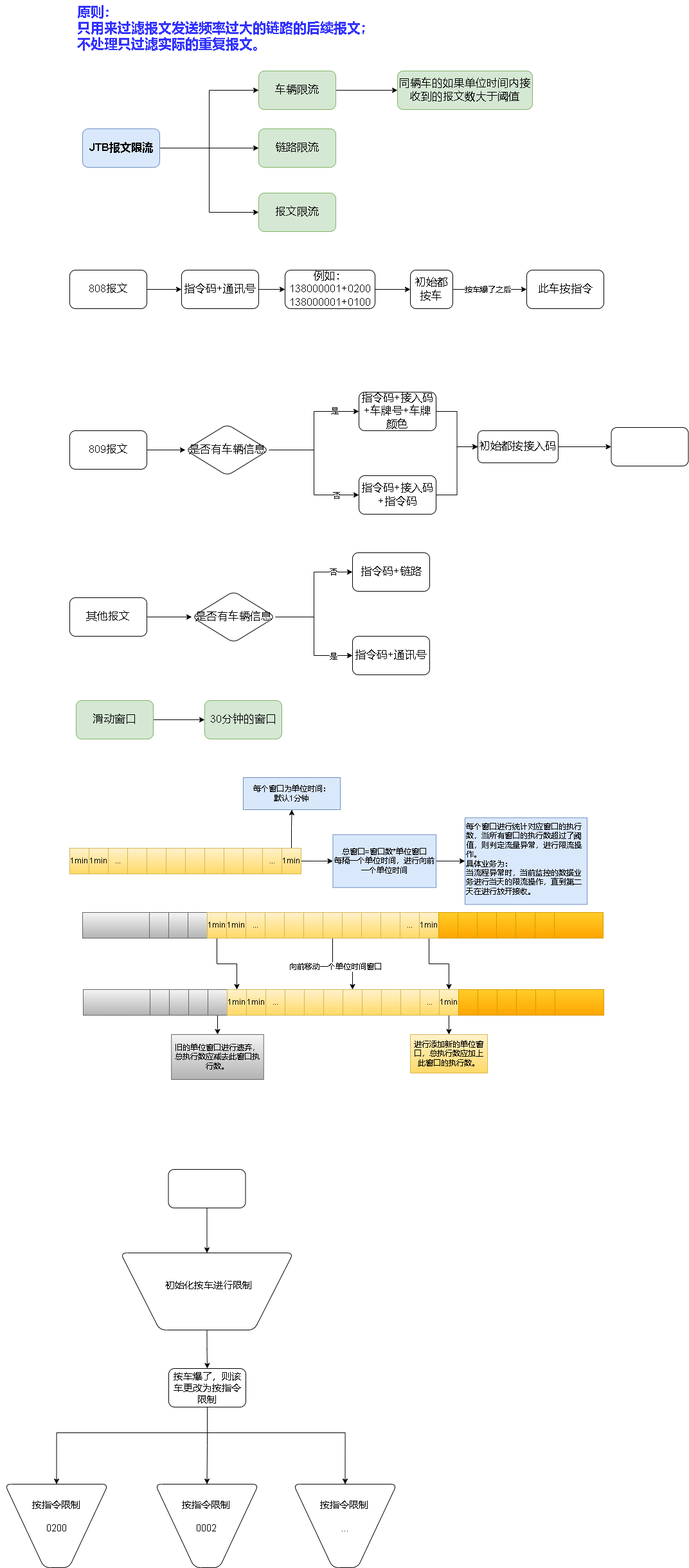
xktder/draw keeps this draw.io diagram as jtb报文限流.drawio.png. Above is the earlier version. Source tidied: cells renumbered, new cells last; positions are measured from the earlier drawing's top-left corner, leaving out a move shared by most shapes.
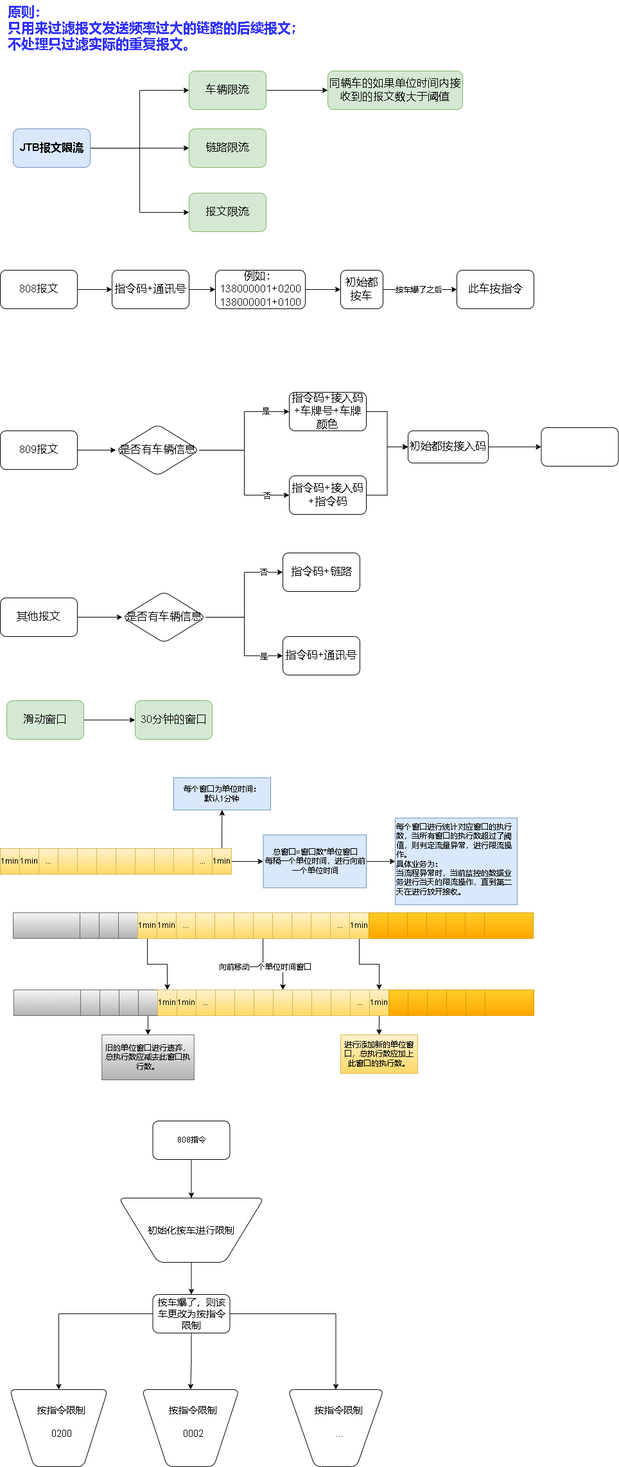
After the change.

Commit message:
更新jtb报文限流.drawio.png

Change to the diagram source:
```diff
@@ -392,57 +392,56 @@
     <mxCell id="122" style="edgeStyle=orthogonalEdgeStyle;rounded=0;jettySize=auto;html=1;entryX=0.5;entryY=1;entryDx=0;entryDy=0;fontSize=15;fontColor=#000000;" parent="1" edge="1" source="123" target="125">
       <mxGeometry relative="1" as="geometry" />
     </mxCell>
-    <mxCell id="123" style="rounded=1;whiteSpace=wrap;html=1;fontSize=12;fontColor=#000000;" parent="1" vertex="1">
-      <mxGeometry x="261.5" y="1820" width="120" height="60" as="geometry" />
+    <mxCell id="123" value="808指令" style="rounded=1;whiteSpace=wrap;html=1;fontSize=12;fontColor=#000000;" parent="1" vertex="1">
+      <mxGeometry x="345.5" y="1744" width="120" height="60" as="geometry" />
     </mxCell>
     <mxCell id="124" style="edgeStyle=orthogonalEdgeStyle;rounded=0;jettySize=auto;html=1;entryX=0.5;entryY=0;entryDx=0;entryDy=0;fontSize=15;fontColor=#000000;" parent="1" edge="1" source="125" target="131">
       <mxGeometry relative="1" as="geometry" />
     </mxCell>
     <mxCell id="125" style="shape=trapezoid;perimeter=trapezoidPerimeter;whiteSpace=wrap;html=1;fixedSize=1;fontColor=#000000;rounded=1;rotation=-180;size=61;" parent="1" vertex="1">
-      <mxGeometry x="187" y="1950" width="269" height="120" as="geometry" />
+      <mxGeometry x="292.5" y="1864" width="226" height="100" as="geometry" />
     </mxCell>
     <mxCell id="126" value="&lt;font style=&quot;font-size: 15px;&quot;&gt;初始化按车进行限制&lt;/font&gt;" style="text;html=1;strokeColor=none;fillColor=none;align=center;verticalAlign=middle;whiteSpace=wrap;rounded=0;fontSize=12;fontColor=#000000;" parent="1" vertex="1">
-      <mxGeometry x="237" y="1980" width="175" height="40" as="geometry" />
+      <mxGeometry x="318" y="1894" width="175" height="40" as="geometry" />
     </mxCell>
-    <mxCell id="127" style="shape=trapezoid;perimeter=trapezoidPerimeter;whiteSpace=wrap;html=1;fixedSize=1;fontColor=#000000;rounded=1;rotation=-180;size=61;" parent="1" vertex="1">
-      <mxGeometry x="7" y="2310" width="161" height="130" as="geometry" />
-    </mxCell>
-    <mxCell id="128" style="edgeStyle=orthogonalEdgeStyle;rounded=0;jettySize=auto;html=1;entryX=0.5;entryY=1;entryDx=0;entryDy=0;fontSize=15;fontColor=#000000;" parent="1" edge="1" source="131" target="127">
-      <mxGeometry relative="1" as="geometry">
-        <Array as="points">
-          <mxPoint x="322" y="2230" />
-          <mxPoint x="88" y="2230" />
-        </Array>
-      </mxGeometry>
+    <mxCell id="128" style="edgeStyle=orthogonalEdgeStyle;rounded=0;jettySize=auto;html=1;fontSize=15;fontColor=#000000;" parent="1" edge="1" source="131" target="127">
+      <mxGeometry relative="1" as="geometry" />
     </mxCell>
-    <mxCell id="129" style="edgeStyle=orthogonalEdgeStyle;rounded=0;jettySize=auto;html=1;fontSize=15;fontColor=#000000;entryX=0.5;entryY=1;entryDx=0;entryDy=0;" parent="1" edge="1" source="131" target="133">
+    <mxCell id="129" style="edgeStyle=orthogonalEdgeStyle;rounded=0;jettySize=auto;html=1;entryX=0.5;entryY=1;entryDx=0;entryDy=0;fontSize=15;fontColor=#000000;" parent="1" edge="1" source="131" target="133">
       <mxGeometry relative="1" as="geometry" />
     </mxCell>
-    <mxCell id="130" style="edgeStyle=orthogonalEdgeStyle;rounded=0;jettySize=auto;html=1;entryX=0.5;entryY=1;entryDx=0;entryDy=0;fontSize=15;fontColor=#000000;" parent="1" edge="1" source="131" target="135">
-      <mxGeometry relative="1" as="geometry">
-        <Array as="points">
-          <mxPoint x="322" y="2230" />
-          <mxPoint x="537" y="2230" />
-        </Array>
-      </mxGeometry>
+    <mxCell id="130" style="edgeStyle=orthogonalEdgeStyle;rounded=0;jettySize=auto;html=1;fontSize=15;fontColor=#000000;" parent="1" edge="1" source="131" target="135">
+      <mxGeometry relative="1" as="geometry" />
     </mxCell>
     <mxCell id="131" value="&lt;font style=&quot;font-size: 15px;&quot;&gt;按车爆了，则该车更改为按指令限制&lt;/font&gt;" style="rounded=1;whiteSpace=wrap;html=1;fontSize=12;fontColor=#000000;" parent="1" vertex="1">
-      <mxGeometry x="262" y="2130" width="120" height="60" as="geometry" />
+      <mxGeometry x="345.5" y="2014" width="120" height="60" as="geometry" />
     </mxCell>
-    <mxCell id="132" value="&lt;span style=&quot;font-size: 15px;&quot;&gt;按指令限制&lt;br&gt;&lt;br&gt;0200&lt;br&gt;&lt;/span&gt;" style="text;html=1;strokeColor=none;fillColor=none;align=center;verticalAlign=middle;whiteSpace=wrap;rounded=0;fontSize=12;fontColor=#000000;" parent="1" vertex="1">
-      <mxGeometry y="2340" width="175" height="40" as="geometry" />
-    </mxCell>
+    <mxCell id="137" style="group;" parent="1" vertex="1">
+      <mxGeometry x="548" y="2162" width="175" height="120" as="geometry" />
+    </mxCell>
+    <mxCell id="135" style="shape=trapezoid;perimeter=trapezoidPerimeter;whiteSpace=wrap;html=1;fixedSize=1;fontColor=#000000;rounded=1;rotation=-180;size=42;" parent="137" vertex="1">
+      <mxGeometry x="8" width="149" height="120" as="geometry" />
+    </mxCell>
+    <mxCell id="136" value="&lt;span style=&quot;font-size: 15px;&quot;&gt;按指令限制&lt;br&gt;&lt;br&gt;...&lt;br&gt;&lt;/span&gt;" style="text;html=1;strokeColor=none;fillColor=none;align=center;verticalAlign=middle;whiteSpace=wrap;rounded=0;fontSize=12;fontColor=#000000;" parent="137" vertex="1">
+      <mxGeometry y="30" width="175" height="40" as="geometry" />
+    </mxCell>
+    <mxCell id="138" style="group;" parent="1" vertex="1">
+      <mxGeometry x="320.5" y="2162" width="175" height="120" as="geometry" />
+    </mxCell>
-    <mxCell id="133" style="shape=trapezoid;perimeter=trapezoidPerimeter;whiteSpace=wrap;html=1;fixedSize=1;fontColor=#000000;rounded=1;rotation=-180;size=61;" parent="1" vertex="1">
-      <mxGeometry x="241" y="2310" width="161" height="130" as="geometry" />
+    <mxCell id="133" style="shape=trapezoid;perimeter=trapezoidPerimeter;whiteSpace=wrap;html=1;fixedSize=1;fontColor=#000000;rounded=1;rotation=-180;size=39.5;" parent="138" vertex="1">
+      <mxGeometry x="8" width="151.5" height="120" as="geometry" />
     </mxCell>
-    <mxCell id="134" value="&lt;span style=&quot;font-size: 15px;&quot;&gt;按指令限制&lt;br&gt;&lt;br&gt;0002&lt;br&gt;&lt;/span&gt;" style="text;html=1;strokeColor=none;fillColor=none;align=center;verticalAlign=middle;whiteSpace=wrap;rounded=0;fontSize=12;fontColor=#000000;" parent="1" vertex="1">
-      <mxGeometry x="233" y="2340" width="175" height="40" as="geometry" />
+    <mxCell id="134" value="&lt;span style=&quot;font-size: 15px;&quot;&gt;按指令限制&lt;br&gt;&lt;br&gt;0002&lt;br&gt;&lt;/span&gt;" style="text;html=1;strokeColor=none;fillColor=none;align=center;verticalAlign=middle;whiteSpace=wrap;rounded=0;fontSize=12;fontColor=#000000;" parent="138" vertex="1">
+      <mxGeometry y="30" width="175" height="40" as="geometry" />
     </mxCell>
-    <mxCell id="135" style="shape=trapezoid;perimeter=trapezoidPerimeter;whiteSpace=wrap;html=1;fixedSize=1;fontColor=#000000;rounded=1;rotation=-180;size=61;" parent="1" vertex="1">
-      <mxGeometry x="456" y="2310" width="161" height="130" as="geometry" />
-    </mxCell>
-    <mxCell id="136" value="&lt;span style=&quot;font-size: 15px;&quot;&gt;按指令限制&lt;br&gt;&lt;br&gt;...&lt;br&gt;&lt;/span&gt;" style="text;html=1;strokeColor=none;fillColor=none;align=center;verticalAlign=middle;whiteSpace=wrap;rounded=0;fontSize=12;fontColor=#000000;" parent="1" vertex="1">
-      <mxGeometry x="448" y="2340" width="175" height="40" as="geometry" />
-    </mxCell>
+    <mxCell id="139" style="group;" parent="1" vertex="1">
+      <mxGeometry x="115.5" y="2162" width="175" height="120" as="geometry" />
+    </mxCell>
+    <mxCell id="127" style="shape=trapezoid;perimeter=trapezoidPerimeter;whiteSpace=wrap;html=1;fixedSize=1;fontColor=#000000;rounded=1;rotation=-180;size=38;" parent="139" vertex="1">
+      <mxGeometry x="7" width="153" height="120" as="geometry" />
+    </mxCell>
+    <mxCell id="132" value="&lt;span style=&quot;font-size: 15px;&quot;&gt;按指令限制&lt;br&gt;&lt;br&gt;0200&lt;br&gt;&lt;/span&gt;" style="text;html=1;strokeColor=none;fillColor=none;align=center;verticalAlign=middle;whiteSpace=wrap;rounded=0;fontSize=12;fontColor=#000000;" parent="139" vertex="1">
+      <mxGeometry y="30" width="175" height="40" as="geometry" />
+    </mxCell>
   </root>
 </mxGraphModel>
```
